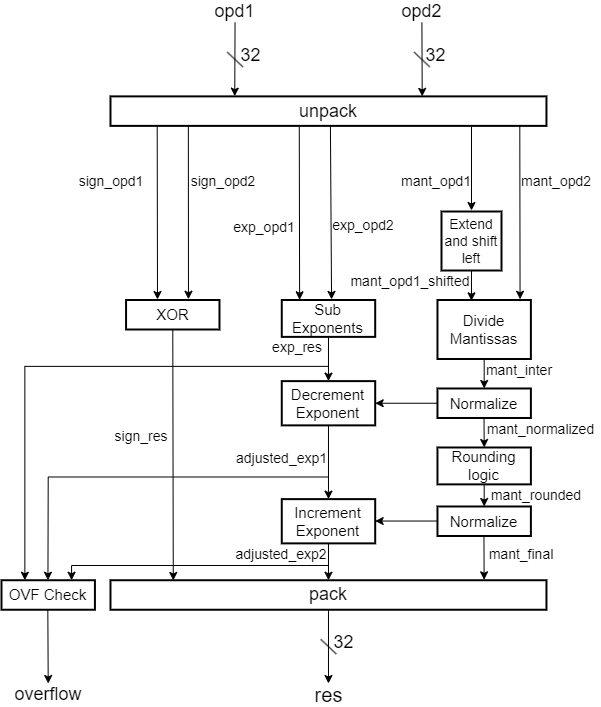
Earlier version of the draw.io export fp_div/schematic/FP_div.png (mik300/fpu_design). Source tidied: cells renumbered, new cells last; positions are measured from the earlier drawing's top-left corner, leaving out a move shared by most shapes.
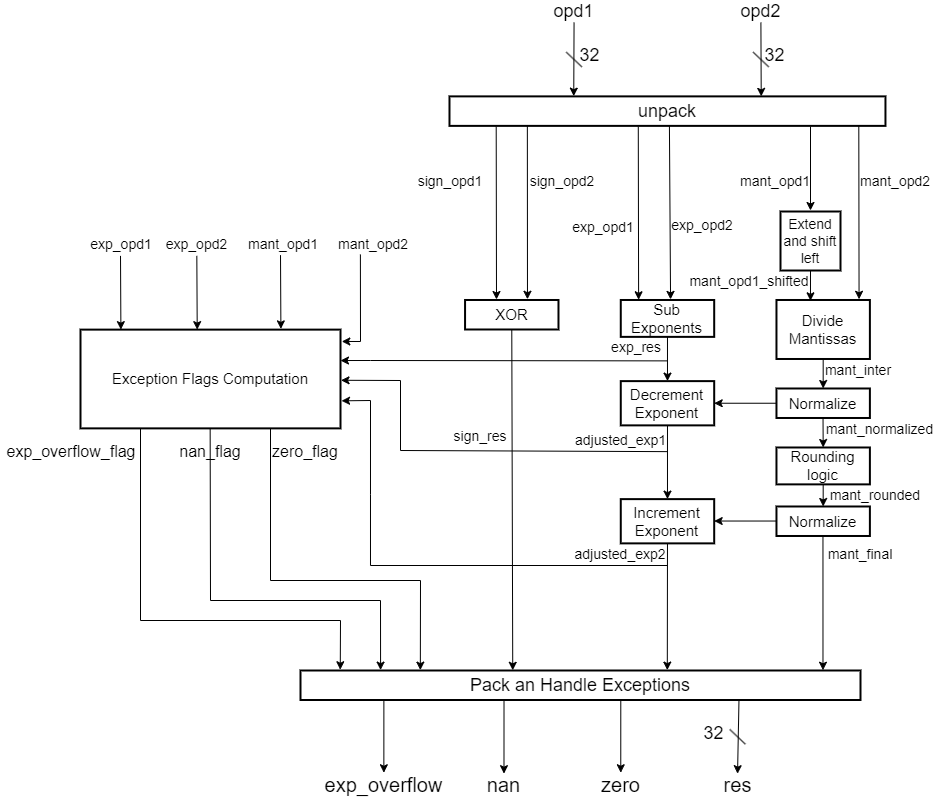
Later version of the same file.

Change to the diagram source:
```diff
@@ -47,7 +47,7 @@
     <mxCell id="11" value="&lt;font style=&quot;font-size: 15px;&quot;&gt;XOR&lt;/font&gt;" style="rounded=0;whiteSpace=wrap;html=1;strokeWidth=2;" parent="1" vertex="1">
       <mxGeometry x="124.6" y="299.5" width="93.4" height="29.5" as="geometry" />
     </mxCell>
-    <mxCell id="12" style="endArrow=classic;html=1;rounded=0;entryX=0.144;entryY=0.008;entryDx=0;entryDy=0;entryPerimeter=0;" parent="1" edge="1" target="28">
+    <mxCell id="12" style="endArrow=classic;html=1;rounded=0;entryX=0.379;entryY=-0.007;entryDx=0;entryDy=0;entryPerimeter=0;" parent="1" edge="1" target="28">
       <mxGeometry relative="1" as="geometry">
         <mxPoint x="171.3" y="329" as="sourcePoint" />
       </mxGeometry>
@@ -111,13 +111,13 @@
         <mxPoint x="327" y="424.9" as="sourcePoint" />
       </mxGeometry>
     </mxCell>
-    <mxCell id="28" value="&lt;font style=&quot;font-size: 18px;&quot;&gt;pack&lt;/font&gt;" style="rounded=0;whiteSpace=wrap;html=1;strokeWidth=2;" parent="1" vertex="1">
-      <mxGeometry x="109" y="579.7" width="436" height="29.5" as="geometry" />
+    <mxCell id="28" value="&lt;font style=&quot;font-size: 18px;&quot;&gt;Pack an Handle Exceptions&lt;/font&gt;" style="rounded=0;whiteSpace=wrap;html=1;strokeWidth=2;" parent="1" vertex="1">
+      <mxGeometry x="-40" y="670" width="560" height="29.5" as="geometry" />
     </mxCell>
-    <mxCell id="29" style="endArrow=classic;html=1;rounded=0;exitX=0.5;exitY=1;exitDx=0;exitDy=0;entryX=0.5;entryY=0;entryDx=0;entryDy=0;" parent="1" edge="1" source="26" target="28">
+    <mxCell id="29" style="endArrow=classic;html=1;rounded=0;exitX=0.5;exitY=1;exitDx=0;exitDy=0;entryX=0.655;entryY=-0.014;entryDx=0;entryDy=0;entryPerimeter=0;" parent="1" edge="1" source="26" target="28">
       <mxGeometry relative="1" as="geometry" />
     </mxCell>
-    <mxCell id="30" style="endArrow=classic;html=1;rounded=0;exitX=0.5;exitY=1;exitDx=0;exitDy=0;entryX=0.857;entryY=-0.015;entryDx=0;entryDy=0;entryPerimeter=0;" parent="1" edge="1" target="28">
+    <mxCell id="30" style="endArrow=classic;html=1;rounded=0;exitX=0.5;exitY=1;exitDx=0;exitDy=0;entryX=0.933;entryY=-0.009;entryDx=0;entryDy=0;entryPerimeter=0;" parent="1" edge="1" target="28">
       <mxGeometry relative="1" as="geometry">
         <mxPoint x="482.5" y="535.5" as="sourcePoint" />
       </mxGeometry>
@@ -159,7 +159,7 @@
       <mxGeometry x="483.5" y="358.5" width="70.1" height="22.1" as="geometry" />
     </mxCell>
     <mxCell id="42" value="&lt;font style=&quot;font-size: 14px;&quot;&gt;adjusted_exp1&lt;/font&gt;" style="text;html=1;align=center;verticalAlign=middle;whiteSpace=wrap;rounded=0;" parent="1" vertex="1">
-      <mxGeometry x="233.6" y="447" width="93.4" height="22.1" as="geometry" />
+      <mxGeometry x="233.6" y="429" width="93.4" height="22.1" as="geometry" />
     </mxCell>
     <mxCell id="43" value="&lt;font style=&quot;font-size: 14px;&quot;&gt;adjusted_exp2&lt;/font&gt;" style="text;html=1;align=center;verticalAlign=middle;whiteSpace=wrap;rounded=0;" parent="1" vertex="1">
       <mxGeometry x="237.5" y="542.9" width="85.6" height="22.1" as="geometry" />
@@ -173,66 +173,29 @@
     <mxCell id="46" value="&lt;font style=&quot;font-size: 14px;&quot;&gt;mant_final&lt;/font&gt;" style="text;html=1;align=center;verticalAlign=middle;whiteSpace=wrap;rounded=0;" parent="1" vertex="1">
       <mxGeometry x="470.1" y="542.9" width="100" height="22.1" as="geometry" />
     </mxCell>
-    <mxCell id="47" value="&lt;font style=&quot;font-size: 15px;&quot;&gt;OVF Check&lt;/font&gt;" style="rounded=0;whiteSpace=wrap;html=1;strokeWidth=2;" parent="1" vertex="1">
-      <mxGeometry y="579.7" width="93.4" height="29.5" as="geometry" />
-    </mxCell>
-    <mxCell id="48" style="endArrow=classic;html=1;rounded=0;entryX=0.25;entryY=0;entryDx=0;entryDy=0;" parent="1" edge="1" target="47">
-      <mxGeometry relative="1" as="geometry">
-        <mxPoint x="327" y="365.9" as="sourcePoint" />
-        <Array as="points">
-          <mxPoint x="23.4" y="365.9" />
-        </Array>
-      </mxGeometry>
-    </mxCell>
-    <mxCell id="49" style="endArrow=classic;html=1;rounded=0;entryX=0.5;entryY=0;entryDx=0;entryDy=0;" parent="1" edge="1">
-      <mxGeometry relative="1" as="geometry">
-        <mxPoint x="327" y="476.5" as="sourcePoint" />
-        <mxPoint x="46.4" y="579.7" as="targetPoint" />
-        <Array as="points">
-          <mxPoint x="46.7" y="476.5" />
-        </Array>
-      </mxGeometry>
-    </mxCell>
-    <mxCell id="50" style="endArrow=classic;html=1;rounded=0;entryX=0.5;entryY=0;entryDx=0;entryDy=0;" parent="1" edge="1">
-      <mxGeometry relative="1" as="geometry">
-        <mxPoint x="327" y="565" as="sourcePoint" />
-        <mxPoint x="70.1" y="579.7" as="targetPoint" />
-        <Array as="points">
-          <mxPoint x="70.1" y="565" />
-        </Array>
-      </mxGeometry>
-    </mxCell>
-    <mxCell id="51" style="endArrow=classic;html=1;rounded=0;" parent="1" edge="1">
-      <mxGeometry relative="1" as="geometry">
-        <mxPoint x="46.3" y="609.2" as="sourcePoint" />
-        <mxPoint x="46.7" y="683" as="targetPoint" />
-      </mxGeometry>
-    </mxCell>
-    <mxCell id="52" value="&lt;font style=&quot;font-size: 18px;&quot;&gt;overflow&lt;/font&gt;" style="text;html=1;align=center;verticalAlign=middle;whiteSpace=wrap;rounded=0;" parent="1" vertex="1">
-      <mxGeometry x="6.7" y="683" width="80.1" height="22.1" as="geometry" />
-    </mxCell>
     <mxCell id="53" value="&lt;font style=&quot;font-size: 18px;&quot;&gt;32&lt;/font&gt;" style="text;html=1;align=center;verticalAlign=middle;whiteSpace=wrap;rounded=0;" parent="1" vertex="1">
       <mxGeometry x="225.8" y="44.2" width="46.7" height="22.1" as="geometry" />
     </mxCell>
     <mxCell id="54" value="&lt;font style=&quot;font-size: 18px;&quot;&gt;32&lt;/font&gt;" style="text;html=1;align=center;verticalAlign=middle;whiteSpace=wrap;rounded=0;" parent="1" vertex="1">
       <mxGeometry x="410.7" y="44.2" width="46.7" height="22.1" as="geometry" />
     </mxCell>
-    <mxCell id="55" style="endArrow=classic;html=1;rounded=0;exitX=0.5;exitY=1;exitDx=0;exitDy=0;" parent="1" edge="1" source="28">
+    <mxCell id="55" style="endArrow=classic;html=1;rounded=0;exitX=0.614;exitY=1.003;exitDx=0;exitDy=0;exitPerimeter=0;" parent="1" edge="1">
       <mxGeometry relative="1" as="geometry">
-        <mxPoint x="327" y="683" as="targetPoint" />
+        <mxPoint x="398.5" y="699.5" as="sourcePoint" />
+        <mxPoint x="397" y="773.2" as="targetPoint" />
       </mxGeometry>
     </mxCell>
     <mxCell id="56" style="endArrow=none;html=1;rounded=0;" parent="1" edge="1">
       <mxGeometry relative="1" as="geometry">
-        <mxPoint x="319.2" y="638.7" as="sourcePoint" />
-        <mxPoint x="334.8" y="653.5" as="targetPoint" />
+        <mxPoint x="389.3" y="728.9" as="sourcePoint" />
+        <mxPoint x="404.8" y="743.7" as="targetPoint" />
       </mxGeometry>
     </mxCell>
     <mxCell id="57" value="&lt;font style=&quot;font-size: 20px;&quot;&gt;res&lt;/font&gt;" style="text;html=1;align=center;verticalAlign=middle;whiteSpace=wrap;rounded=0;" parent="1" vertex="1">
-      <mxGeometry x="303.6" y="683" width="46.7" height="22.1" as="geometry" />
+      <mxGeometry x="373.7" y="773.2" width="46.7" height="22.1" as="geometry" />
     </mxCell>
     <mxCell id="58" value="&lt;font style=&quot;font-size: 18px;&quot;&gt;32&lt;/font&gt;" style="text;html=1;align=center;verticalAlign=middle;whiteSpace=wrap;rounded=0;" parent="1" vertex="1">
-      <mxGeometry x="319.2" y="631.4" width="46.7" height="22.1" as="geometry" />
+      <mxGeometry x="350.3" y="721.6" width="46.7" height="22.1" as="geometry" />
     </mxCell>
     <mxCell id="59" value="&lt;font style=&quot;font-size: 14px;&quot;&gt;Extend and shift left&lt;/font&gt;" style="rounded=0;whiteSpace=wrap;html=1;strokeWidth=2;" parent="1" vertex="1">
       <mxGeometry x="440" y="211" width="60" height="59" as="geometry" />
@@ -248,5 +211,134 @@
     <mxCell id="62" value="&lt;font style=&quot;font-size: 14px;&quot;&gt;mant_opd1_shifted&lt;/font&gt;" style="text;html=1;align=center;verticalAlign=middle;whiteSpace=wrap;rounded=0;" parent="1" vertex="1">
       <mxGeometry x="373.7" y="270" width="70.1" height="22.1" as="geometry" />
     </mxCell>
+    <mxCell id="63" value="&lt;font style=&quot;font-size: 15px;&quot;&gt;Exception Flags Computation&lt;/font&gt;" style="rounded=0;whiteSpace=wrap;html=1;strokeWidth=2;" parent="1" vertex="1">
+      <mxGeometry x="-260" y="329.1" width="260" height="98.8" as="geometry" />
+    </mxCell>
+    <mxCell id="64" value="&lt;font style=&quot;font-size: 16px;&quot;&gt;exp_overflow_flag&lt;/font&gt;" style="text;html=1;align=center;verticalAlign=middle;whiteSpace=wrap;rounded=0;" parent="1" vertex="1">
+      <mxGeometry x="-340" y="439.6" width="142.3" height="22.1" as="geometry" />
+    </mxCell>
+    <mxCell id="65" style="endArrow=classic;html=1;rounded=0;" parent="1" edge="1">
+      <mxGeometry relative="1" as="geometry">
+        <mxPoint x="-220" y="255.4" as="sourcePoint" />
+        <mxPoint x="-219.6" y="329.1" as="targetPoint" />
+      </mxGeometry>
+    </mxCell>
+    <mxCell id="66" style="endArrow=classic;html=1;rounded=0;" parent="1" edge="1">
+      <mxGeometry relative="1" as="geometry">
+        <mxPoint x="-143.7" y="255.4" as="sourcePoint" />
+        <mxPoint x="-143.3" y="329.1" as="targetPoint" />
+      </mxGeometry>
+    </mxCell>
+    <mxCell id="67" style="endArrow=classic;html=1;rounded=0;" parent="1" edge="1">
+      <mxGeometry relative="1" as="geometry">
+        <mxPoint x="-60" y="254.6" as="sourcePoint" />
+        <mxPoint x="-59.6" y="328.4" as="targetPoint" />
+      </mxGeometry>
+    </mxCell>
+    <mxCell id="68" value="&lt;font style=&quot;font-size: 14px;&quot;&gt;exp_opd1&lt;/font&gt;" style="text;html=1;align=center;verticalAlign=middle;whiteSpace=wrap;rounded=0;" parent="1" vertex="1">
+      <mxGeometry x="-250" y="233.2" width="62.3" height="22.1" as="geometry" />
+    </mxCell>
+    <mxCell id="69" value="&lt;font style=&quot;font-size: 14px;&quot;&gt;exp_opd2&lt;/font&gt;" style="text;html=1;align=center;verticalAlign=middle;whiteSpace=wrap;rounded=0;" parent="1" vertex="1">
+      <mxGeometry x="-190" y="233.2" width="93.4" height="22.1" as="geometry" />
+    </mxCell>
+    <mxCell id="70" value="&lt;font style=&quot;font-size: 14px;&quot;&gt;mant_opd1&lt;/font&gt;" style="text;html=1;align=center;verticalAlign=middle;whiteSpace=wrap;rounded=0;" parent="1" vertex="1">
+      <mxGeometry x="-100" y="233.2" width="85.6" height="22.1" as="geometry" />
+    </mxCell>
+    <mxCell id="71" style="endArrow=classic;html=1;rounded=0;entryX=1.005;entryY=0.12;entryDx=0;entryDy=0;entryPerimeter=0;exitX=0.349;exitY=0.936;exitDx=0;exitDy=0;exitPerimeter=0;" parent="1" edge="1" source="72" target="63">
+      <mxGeometry relative="1" as="geometry">
+        <Array as="points">
+          <mxPoint x="20" y="341" />
+        </Array>
+      </mxGeometry>
+    </mxCell>
+    <mxCell id="72" value="&lt;font style=&quot;font-size: 14px;&quot;&gt;mant_opd2&lt;/font&gt;" style="text;html=1;align=center;verticalAlign=middle;whiteSpace=wrap;rounded=0;" parent="1" vertex="1">
+      <mxGeometry x="-10" y="233.2" width="85.6" height="22.1" as="geometry" />
+    </mxCell>
+    <mxCell id="73" value="&lt;font style=&quot;font-size: 16px;&quot;&gt;nan_flag&lt;/font&gt;" style="text;html=1;align=center;verticalAlign=middle;whiteSpace=wrap;rounded=0;" parent="1" vertex="1">
+      <mxGeometry x="-175" y="440" width="90.1" height="22.1" as="geometry" />
+    </mxCell>
+    <mxCell id="74" style="endArrow=classic;html=1;rounded=0;entryX=0.071;entryY=-0.026;entryDx=0;entryDy=0;entryPerimeter=0;" parent="1" edge="1" target="28">
+      <mxGeometry relative="1" as="geometry">
+        <mxPoint x="-200" y="427.9" as="sourcePoint" />
+        <Array as="points">
+          <mxPoint x="-200" y="620" />
+          <mxPoint y="620" />
+        </Array>
+      </mxGeometry>
+    </mxCell>
+    <mxCell id="75" style="endArrow=classic;html=1;rounded=0;entryX=0.143;entryY=-0.013;entryDx=0;entryDy=0;entryPerimeter=0;" parent="1" edge="1" target="28">
+      <mxGeometry relative="1" as="geometry">
+        <mxPoint x="-130.3" y="428.6" as="sourcePoint" />
+        <Array as="points">
+          <mxPoint x="-130" y="600" />
+          <mxPoint x="40" y="600" />
+        </Array>
+      </mxGeometry>
+    </mxCell>
+    <mxCell id="76" style="endArrow=classic;html=1;rounded=0;entryX=0.214;entryY=-0.013;entryDx=0;entryDy=0;entryPerimeter=0;" parent="1" edge="1" target="28">
+      <mxGeometry relative="1" as="geometry">
+        <mxPoint x="-70" y="427.9" as="sourcePoint" />
+        <Array as="points">
+          <mxPoint x="-70" y="580" />
+          <mxPoint x="80" y="580" />
+        </Array>
+      </mxGeometry>
+    </mxCell>
+    <mxCell id="77" value="&lt;font style=&quot;font-size: 16px;&quot;&gt;zero_flag&lt;/font&gt;" style="text;html=1;align=center;verticalAlign=middle;whiteSpace=wrap;rounded=0;" parent="1" vertex="1">
+      <mxGeometry x="-80" y="440" width="90.1" height="22.1" as="geometry" />
+    </mxCell>
+    <mxCell id="78" style="endArrow=classic;html=1;rounded=0;entryX=1;entryY=0.313;entryDx=0;entryDy=0;exitX=0.898;exitY=1.085;exitDx=0;exitDy=0;exitPerimeter=0;entryPerimeter=0;" parent="1" edge="1" source="38" target="63">
+      <mxGeometry relative="1" as="geometry">
+        <Array as="points">
+          <mxPoint x="30" y="360" />
+        </Array>
+      </mxGeometry>
+    </mxCell>
+    <mxCell id="79" style="endArrow=classic;html=1;rounded=0;entryX=1.002;entryY=0.513;entryDx=0;entryDy=0;exitX=0.898;exitY=1.085;exitDx=0;exitDy=0;exitPerimeter=0;entryPerimeter=0;" parent="1" edge="1" target="63">
+      <mxGeometry relative="1" as="geometry">
+        <mxPoint x="327" y="451.1" as="sourcePoint" />
+        <Array as="points">
+          <mxPoint x="60" y="450" />
+          <mxPoint x="60" y="380" />
+        </Array>
+      </mxGeometry>
+    </mxCell>
+    <mxCell id="80" style="endArrow=classic;html=1;rounded=0;exitX=0.898;exitY=1.085;exitDx=0;exitDy=0;exitPerimeter=0;entryX=1.004;entryY=0.721;entryDx=0;entryDy=0;entryPerimeter=0;" parent="1" edge="1" target="63">
+      <mxGeometry relative="1" as="geometry">
+        <mxPoint x="327" y="565" as="sourcePoint" />
+        <Array as="points">
+          <mxPoint x="30" y="565" />
+          <mxPoint x="30" y="493.9" />
+          <mxPoint x="30" y="400" />
+        </Array>
+      </mxGeometry>
+    </mxCell>
+    <mxCell id="81" style="endArrow=classic;html=1;rounded=0;exitX=0.614;exitY=1.003;exitDx=0;exitDy=0;exitPerimeter=0;" parent="1" edge="1">
+      <mxGeometry relative="1" as="geometry">
+        <mxPoint x="43.4" y="699" as="sourcePoint" />
+        <mxPoint x="43.4" y="772.2" as="targetPoint" />
+      </mxGeometry>
+    </mxCell>
+    <mxCell id="82" value="&lt;font style=&quot;font-size: 20px;&quot;&gt;exp_overflow&lt;/font&gt;" style="text;html=1;align=center;verticalAlign=middle;whiteSpace=wrap;rounded=0;" parent="1" vertex="1">
+      <mxGeometry x="20" y="773.2" width="46.7" height="22.1" as="geometry" />
+    </mxCell>
+    <mxCell id="83" style="endArrow=classic;html=1;rounded=0;exitX=0.614;exitY=1.003;exitDx=0;exitDy=0;exitPerimeter=0;" parent="1" edge="1">
+      <mxGeometry relative="1" as="geometry">
+        <mxPoint x="163.5" y="699.9" as="sourcePoint" />
+        <mxPoint x="163.5" y="773.2" as="targetPoint" />
+      </mxGeometry>
+    </mxCell>
+    <mxCell id="84" value="&lt;font style=&quot;font-size: 20px;&quot;&gt;nan&lt;/font&gt;" style="text;html=1;align=center;verticalAlign=middle;whiteSpace=wrap;rounded=0;" parent="1" vertex="1">
+      <mxGeometry x="140.1" y="773.2" width="46.7" height="22.1" as="geometry" />
+    </mxCell>
+    <mxCell id="85" style="endArrow=classic;html=1;rounded=0;exitX=0.614;exitY=1.003;exitDx=0;exitDy=0;exitPerimeter=0;" parent="1" edge="1">
+      <mxGeometry relative="1" as="geometry">
+        <mxPoint x="280.3" y="699" as="sourcePoint" />
+        <mxPoint x="280.3" y="772.2" as="targetPoint" />
+      </mxGeometry>
+    </mxCell>
+    <mxCell id="86" value="&lt;font style=&quot;font-size: 20px;&quot;&gt;zero&lt;/font&gt;" style="text;html=1;align=center;verticalAlign=middle;whiteSpace=wrap;rounded=0;" parent="1" vertex="1">
+      <mxGeometry x="256.9" y="773.2" width="46.7" height="22.1" as="geometry" />
+    </mxCell>
   </root>
 </mxGraphModel>
```
